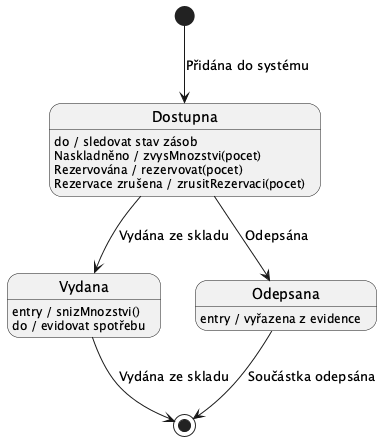
Before: docs/images/10_state_soucastka_projekt.png, a diagram exported from PlantUML (lkvapil/wms-elektronicke-soucastky).
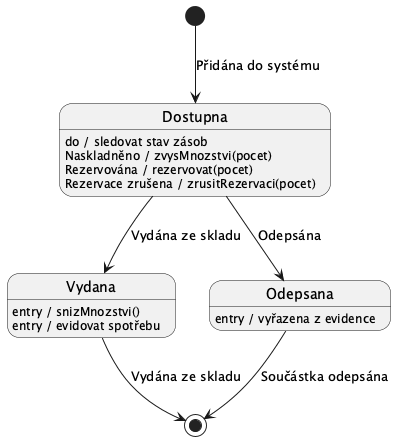
After the change.

Commit message:
Soucastka – evidovat spotřebu přesunuto na entry v Vydana

The edit, as a diff of the source:
```diff
@@ -12,7 +12,7 @@
 Dostupna --> Odepsana : Odepsána
 
 Vydana : entry / snizMnozstvi()
-Vydana : do / evidovat spotřebu
+Vydana : entry / evidovat spotřebu
 Vydana --> [*] : Vydána ze skladu
 
 Odepsana : entry / vyřazena z evidence
```
